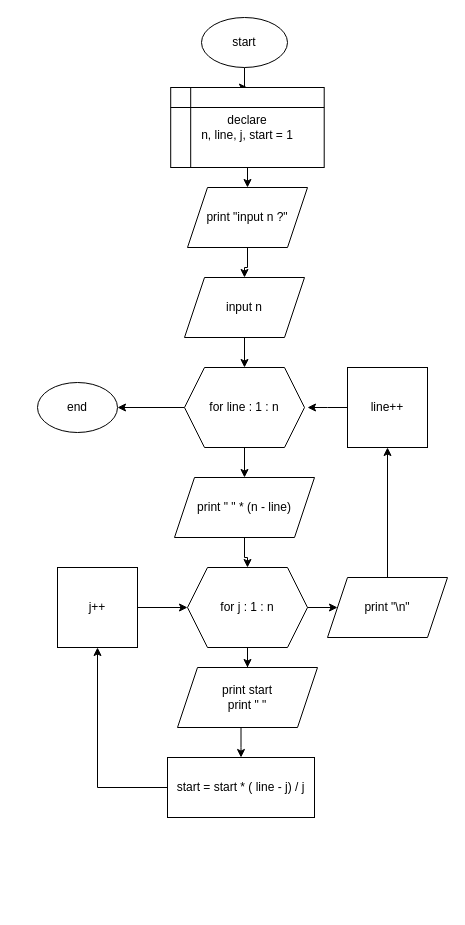
defrindr/MateriKuliah keeps this draw.io diagram as page "Page-1" (1 of 2) of Untitled Diagram.drawio. Above is the earlier version. Source tidied: cells renumbered, new cells numbered last; positions are measured from the earlier drawing's top-left corner, leaving out a move shared by most shapes. Both pictures are drawn from the tidied source at 100%, with x=0, y=0 at pixel (37, 17).
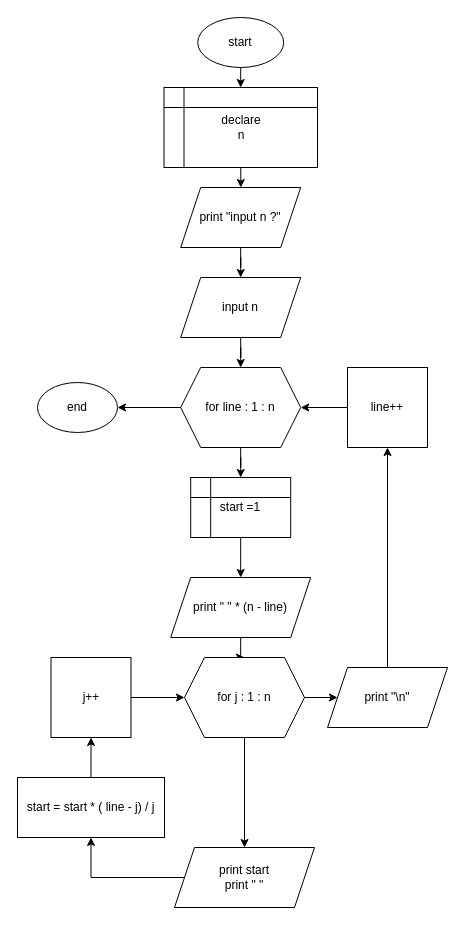
Above is the later version.

Unchanged cells that the change refers to:
```xml
<mxCell id="25" value="line++" style="whiteSpace=wrap;html=1;" parent="1" vertex="1">
  <mxGeometry x="310" y="350" width="80" height="80" as="geometry" />
</mxCell>
```

Change to the diagram source:
```diff
@@
     <mxCell id="3" value="start" style="ellipse;whiteSpace=wrap;html=1;" parent="1" vertex="1">
-      <mxGeometry x="164" width="86" height="50" as="geometry" />
+      <mxGeometry x="160.2" width="86" height="50" as="geometry" />
     </mxCell>
@@
-    <mxCell id="5" value="declare&lt;br&gt;n, line, j, start = 1" style="shape=internalStorage;whiteSpace=wrap;html=1;backgroundOutline=1;" parent="1" vertex="1">
-      <mxGeometry x="133.2" y="70" width="153.5" height="80" as="geometry" />
+    <mxCell id="5" value="declare&lt;br&gt;n" style="shape=internalStorage;whiteSpace=wrap;html=1;backgroundOutline=1;" parent="1" vertex="1">
+      <mxGeometry x="126.5" y="70" width="153.5" height="80" as="geometry" />
     </mxCell>
@@
     <mxCell id="7" value="print &quot;input n ?&quot;" style="shape=parallelogram;perimeter=parallelogramPerimeter;whiteSpace=wrap;html=1;fixedSize=1;" parent="1" vertex="1">
-      <mxGeometry x="150" y="170" width="120" height="60" as="geometry" />
+      <mxGeometry x="143.2" y="170" width="120" height="60" as="geometry" />
     </mxCell>
@@
     <mxCell id="9" value="input n" style="shape=parallelogram;perimeter=parallelogramPerimeter;whiteSpace=wrap;html=1;fixedSize=1;" parent="1" vertex="1">
-      <mxGeometry x="147" y="260" width="120" height="60" as="geometry" />
+      <mxGeometry x="143.2" y="260" width="120" height="60" as="geometry" />
     </mxCell>
-    <mxCell id="10" style="edgeStyle=orthogonalEdgeStyle;rounded=0;jettySize=auto;html=1;entryX=0.5;entryY=0;entryDx=0;entryDy=0;" parent="1" edge="1" source="12" target="14">
-      <mxGeometry relative="1" as="geometry" />
-    </mxCell>
@@
+    <mxCell id="29" style="edgeStyle=orthogonalEdgeStyle;rounded=0;jettySize=auto;html=1;entryX=0.5;entryY=0;entryDx=0;entryDy=0;" parent="1" edge="1" source="12" target="31">
+      <mxGeometry relative="1" as="geometry" />
+    </mxCell>
     <mxCell id="12" value="for line : 1 : n" style="shape=hexagon;perimeter=hexagonPerimeter2;whiteSpace=wrap;html=1;fixedSize=1;" parent="1" vertex="1">
-      <mxGeometry x="147" y="350" width="120" height="80" as="geometry" />
+      <mxGeometry x="143.2" y="350" width="120" height="80" as="geometry" />
     </mxCell>
@@
     <mxCell id="14" value="print &quot; &quot; * (n - line)" style="shape=parallelogram;perimeter=parallelogramPerimeter;whiteSpace=wrap;html=1;fixedSize=1;" parent="1" vertex="1">
-      <mxGeometry x="137" y="460" width="140" height="60" as="geometry" />
+      <mxGeometry x="133.2" y="560" width="140" height="60" as="geometry" />
     </mxCell>
@@
     <mxCell id="17" value="for j : 1 : n" style="shape=hexagon;perimeter=hexagonPerimeter2;whiteSpace=wrap;html=1;fixedSize=1;" parent="1" vertex="1">
-      <mxGeometry x="150" y="550" width="120" height="80" as="geometry" />
+      <mxGeometry x="147" y="640" width="120" height="80" as="geometry" />
     </mxCell>
-    <mxCell id="18" style="edgeStyle=orthogonalEdgeStyle;rounded=0;jettySize=auto;html=1;entryX=0.5;entryY=0;entryDx=0;entryDy=0;" parent="1" edge="1" source="19" target="21">
-      <mxGeometry relative="1" as="geometry">
-        <Array as="points">
-          <mxPoint x="204" y="730" />
-        </Array>
-      </mxGeometry>
+    <mxCell id="18" style="edgeStyle=orthogonalEdgeStyle;rounded=0;jettySize=auto;html=1;entryX=0.5;entryY=1;entryDx=0;entryDy=0;" parent="1" edge="1" source="19" target="21">
+      <mxGeometry relative="1" as="geometry" />
     </mxCell>
     <mxCell id="19" value="print start&lt;br&gt;print &quot; &quot;" style="shape=parallelogram;perimeter=parallelogramPerimeter;whiteSpace=wrap;html=1;fixedSize=1;" parent="1" vertex="1">
-      <mxGeometry x="140" y="650" width="140" height="60" as="geometry" />
+      <mxGeometry x="137" y="830" width="140" height="60" as="geometry" />
     </mxCell>
@@
     <mxCell id="21" value="start = start * ( line - j) / j" style="rounded=0;whiteSpace=wrap;html=1;" parent="1" vertex="1">
-      <mxGeometry x="130" y="740" width="147" height="60" as="geometry" />
+      <mxGeometry x="-20" y="760" width="147" height="60" as="geometry" />
     </mxCell>
@@
     <mxCell id="23" value="j++" style="whiteSpace=wrap;html=1;" parent="1" vertex="1">
-      <mxGeometry x="20" y="550" width="80" height="80" as="geometry" />
+      <mxGeometry x="13.5" y="640" width="80" height="80" as="geometry" />
     </mxCell>
-    <mxCell id="24" style="edgeStyle=orthogonalEdgeStyle;rounded=0;jettySize=auto;html=1;" parent="1" edge="1" source="25">
-      <mxGeometry relative="1" as="geometry">
-        <mxPoint x="270" y="390" as="targetPoint" />
-      </mxGeometry>
+    <mxCell id="24" style="edgeStyle=orthogonalEdgeStyle;rounded=0;jettySize=auto;html=1;entryX=1;entryY=0.5;entryDx=0;entryDy=0;" parent="1" edge="1" source="25" target="12">
+      <mxGeometry relative="1" as="geometry" />
     </mxCell>
@@
     <mxCell id="27" value="print &quot;\n&quot;" style="shape=parallelogram;perimeter=parallelogramPerimeter;whiteSpace=wrap;html=1;fixedSize=1;" parent="1" vertex="1">
-      <mxGeometry x="290" y="560" width="120" height="60" as="geometry" />
+      <mxGeometry x="290" y="650" width="120" height="60" as="geometry" />
     </mxCell>
@@
+    <mxCell id="30" style="edgeStyle=orthogonalEdgeStyle;rounded=0;jettySize=auto;html=1;entryX=0.5;entryY=0;entryDx=0;entryDy=0;" parent="1" edge="1" source="31" target="14">
+      <mxGeometry relative="1" as="geometry" />
+    </mxCell>
+    <mxCell id="31" value="start =1" style="shape=internalStorage;whiteSpace=wrap;html=1;backgroundOutline=1;" parent="1" vertex="1">
+      <mxGeometry x="153.2" y="460" width="100" height="60" as="geometry" />
+    </mxCell>
```
